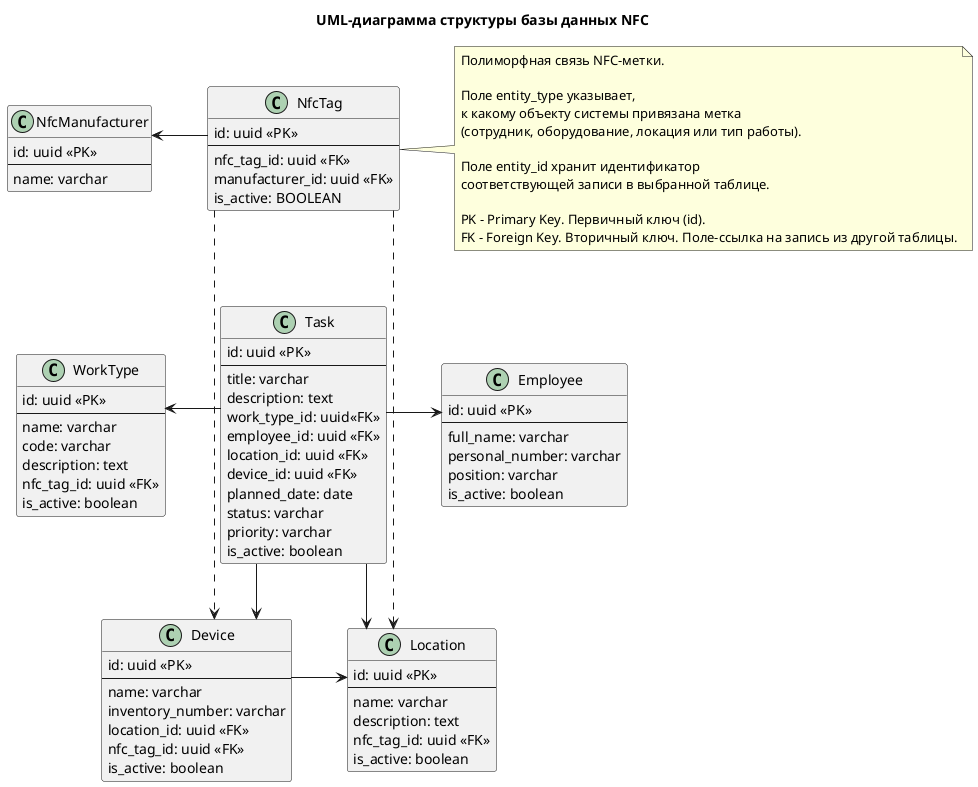
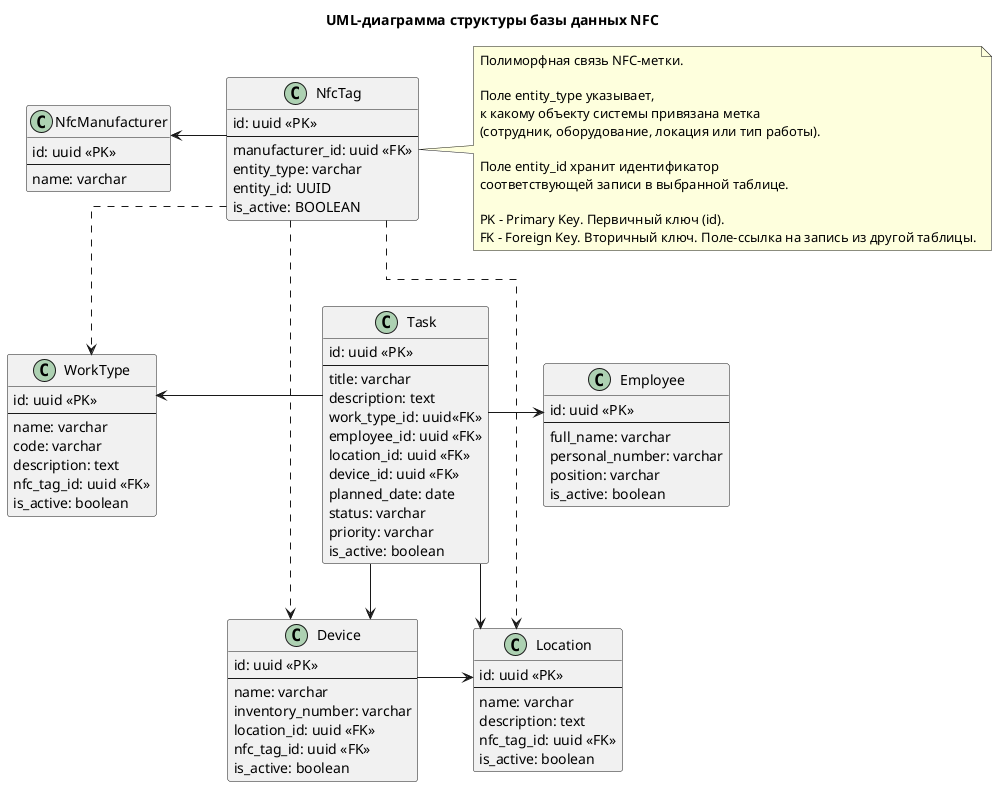
@startuml
title UML-диаграмма структуры базы данных NFC

top to bottom direction

skinparam classAttributeIconSize 0
skinparam linetype ortho
skinparam nodesep 55
skinparam ranksep 55

class NfcTag {
    id: uuid <<PK>>
    --
-     nfc_tag_id: uuid <<FK>>
    manufacturer_id: uuid <<FK>>
+     entity_type: varchar
+     entity_id: UUID
    is_active: BOOLEAN
}

class WorkType {
    id: uuid <<PK>>
    --
    name: varchar
    code: varchar
    description: text
    nfc_tag_id: uuid <<FK>>
    is_active: boolean
}

class Employee {
    id: uuid <<PK>>
    --
    full_name: varchar
    personal_number: varchar
    position: varchar
    is_active: boolean
}

class Task {
    id: uuid <<PK>>
    --
    title: varchar
    description: text
    work_type_id: uuid<<FK>>
    employee_id: uuid <<FK>>
    location_id: uuid <<FK>>
    device_id: uuid <<FK>>
    planned_date: date
    status: varchar
    priority: varchar
    is_active: boolean
}

class Device {
    id: uuid <<PK>>
    --
    name: varchar
    inventory_number: varchar
    location_id: uuid <<FK>>
    nfc_tag_id: uuid <<FK>>
    is_active: boolean
}

class Location {
    id: uuid <<PK>>
    --
    name: varchar
    description: text
    nfc_tag_id: uuid <<FK>>
    is_active: boolean
}

class NfcManufacturer {
    id: uuid <<PK>>
    --
    name: varchar
}

Task -left-> WorkType
Task -right-> Employee
Task -down-> Device
Task -down-> Location
NfcTag -left-> NfcManufacturer

NfcTag ..> Device
NfcTag ..> Location
- 
+ NfcTag ..> WorkType

Device -right-> Location

note right of NfcTag
  Полиморфная связь NFC-метки.

  Поле entity_type указывает,
  к какому объекту системы привязана метка
  (сотрудник, оборудование, локация или тип работы).

  Поле entity_id хранит идентификатор
  соответствующей записи в выбранной таблице.

  PK - Primary Key. Первичный ключ (id).
  FK - Foreign Key. Вторичный ключ. Поле-ссылка на запись из другой таблицы.
end note

WorkType -[hidden]right-> Task
Task -[hidden]right-> Employee

Device -[hidden]right-> Location

NfcTag -[hidden]down-> Task
WorkType -[hidden]down-> Device
Employee -[hidden]down-> Location

NfcManufacturer -[hidden]right-> NfcTag

@enduml